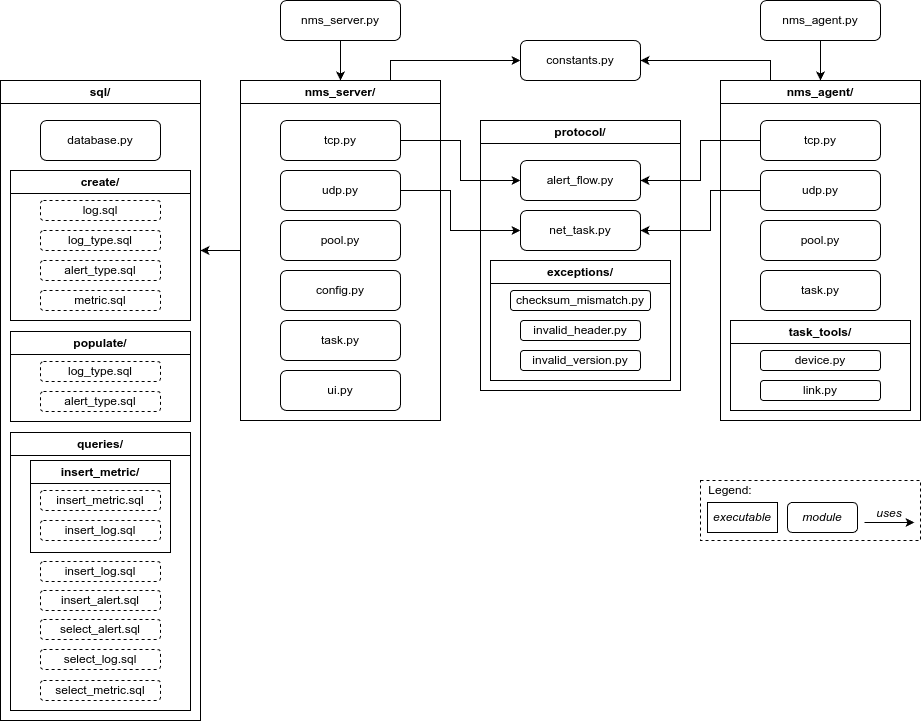
This is report/img/architecture.png from migueltc13/project-CC, a draw.io export, as it was before one commit. Source tidied: cells renumbered, new cells last; positions are measured from the earlier drawing's top-left corner, leaving out a move shared by most shapes.
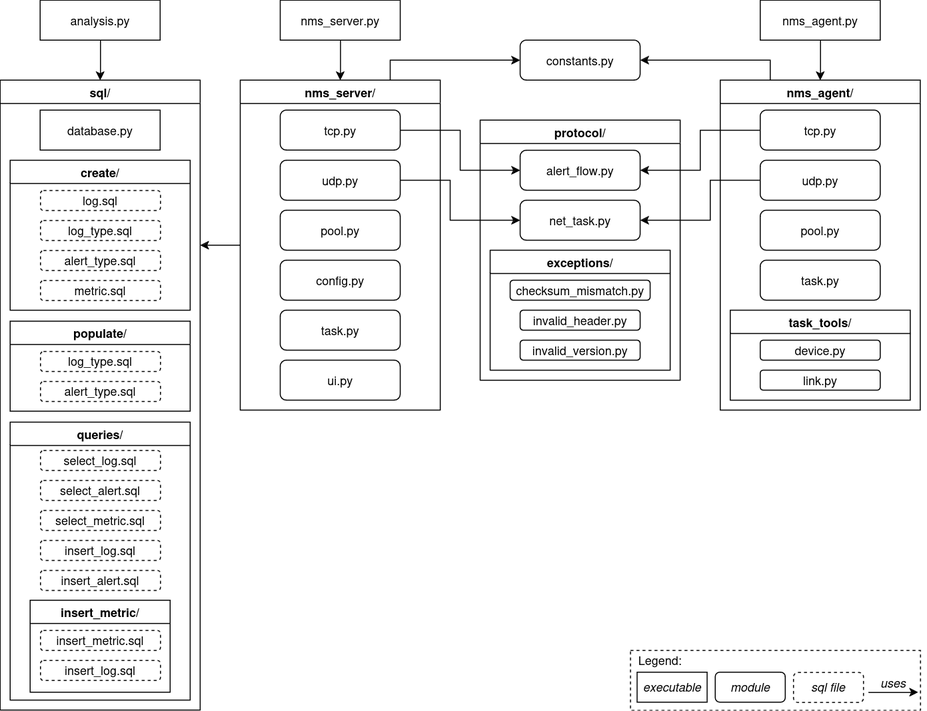
Later version of the same file.

Commit message:
Update architecture diagram

Diff of the diagram source:
```diff
@@ -5,26 +5,26 @@
     <mxCell id="2" style="edgeStyle=orthogonalEdgeStyle;rounded=0;jettySize=auto;html=1;entryX=0.5;entryY=0;entryDx=0;entryDy=0;" parent="1" edge="1" source="3" target="13">
       <mxGeometry relative="1" as="geometry" />
     </mxCell>
-    <mxCell id="3" value="&lt;div&gt;nms_server.py&lt;/div&gt;" style="rounded=1;whiteSpace=wrap;html=1;" parent="1" vertex="1">
+    <mxCell id="3" value="&lt;div&gt;nms_server.py&lt;/div&gt;" style="rounded=0;whiteSpace=wrap;html=1;" parent="1" vertex="1">
       <mxGeometry x="280" width="120" height="40" as="geometry" />
     </mxCell>
     <mxCell id="4" value="&lt;div&gt;nms_agent/&lt;/div&gt;" style="swimlane;whiteSpace=wrap;html=1;" parent="1" vertex="1">
-      <mxGeometry x="720" y="80" width="200" height="340" as="geometry" />
+      <mxGeometry x="720" y="80" width="200" height="330" as="geometry" />
     </mxCell>
     <mxCell id="5" value="&lt;div&gt;tcp.py&lt;/div&gt;" style="rounded=1;whiteSpace=wrap;html=1;" parent="4" vertex="1">
-      <mxGeometry x="40" y="40" width="120" height="40" as="geometry" />
+      <mxGeometry x="40" y="30" width="120" height="40" as="geometry" />
     </mxCell>
     <mxCell id="6" value="&lt;div&gt;udp.py&lt;/div&gt;" style="rounded=1;whiteSpace=wrap;html=1;" parent="4" vertex="1">
-      <mxGeometry x="40" y="90" width="120" height="40" as="geometry" />
+      <mxGeometry x="40" y="80" width="120" height="40" as="geometry" />
     </mxCell>
     <mxCell id="7" value="&lt;div&gt;pool.py&lt;/div&gt;" style="rounded=1;whiteSpace=wrap;html=1;" parent="4" vertex="1">
-      <mxGeometry x="40" y="140" width="120" height="40" as="geometry" />
+      <mxGeometry x="40" y="130" width="120" height="40" as="geometry" />
     </mxCell>
     <mxCell id="8" value="&lt;div&gt;task.py&lt;/div&gt;" style="rounded=1;whiteSpace=wrap;html=1;" parent="4" vertex="1">
-      <mxGeometry x="40" y="190" width="120" height="40" as="geometry" />
+      <mxGeometry x="40" y="180" width="120" height="40" as="geometry" />
     </mxCell>
     <mxCell id="9" value="&lt;div&gt;task_tools/&lt;/div&gt;" style="swimlane;whiteSpace=wrap;html=1;startSize=23;" parent="4" vertex="1">
-      <mxGeometry x="10" y="240" width="180" height="90" as="geometry" />
+      <mxGeometry x="10" y="230" width="180" height="90" as="geometry" />
     </mxCell>
     <mxCell id="10" value="link.py" style="rounded=1;whiteSpace=wrap;html=1;" parent="9" vertex="1">
       <mxGeometry x="30" y="60" width="120" height="20" as="geometry" />
@@ -32,31 +32,31 @@
     <mxCell id="11" value="device.py" style="rounded=1;whiteSpace=wrap;html=1;" parent="9" vertex="1">
       <mxGeometry x="30" y="30" width="120" height="20" as="geometry" />
     </mxCell>
-    <mxCell id="12" style="edgeStyle=orthogonalEdgeStyle;rounded=0;jettySize=auto;html=1;exitX=0;exitY=0.5;exitDx=0;exitDy=0;" parent="1" edge="1" source="13">
-      <mxGeometry relative="1" as="geometry">
-        <mxPoint x="200" y="250" as="targetPoint" />
-      </mxGeometry>
-    </mxCell>
+    <mxCell id="61" style="edgeStyle=orthogonalEdgeStyle;rounded=0;jettySize=auto;html=1;exitX=0;exitY=0.5;exitDx=0;exitDy=0;" parent="1" edge="1" source="13">
+      <mxGeometry relative="1" as="geometry">
+        <mxPoint x="200" y="245" as="targetPoint" />
+      </mxGeometry>
+    </mxCell>
     <mxCell id="13" value="&lt;div&gt;nms_server/&lt;/div&gt;" style="swimlane;whiteSpace=wrap;html=1;" parent="1" vertex="1">
-      <mxGeometry x="240" y="80" width="200" height="340" as="geometry" />
+      <mxGeometry x="240" y="80" width="200" height="330" as="geometry" />
     </mxCell>
     <mxCell id="14" value="&lt;div&gt;config.py&lt;/div&gt;" style="rounded=1;whiteSpace=wrap;html=1;" parent="13" vertex="1">
-      <mxGeometry x="40" y="190" width="120" height="40" as="geometry" />
+      <mxGeometry x="40" y="180" width="120" height="40" as="geometry" />
     </mxCell>
     <mxCell id="15" value="&lt;div&gt;udp.py&lt;/div&gt;" style="rounded=1;whiteSpace=wrap;html=1;" parent="13" vertex="1">
-      <mxGeometry x="40" y="90" width="120" height="40" as="geometry" />
+      <mxGeometry x="40" y="80" width="120" height="40" as="geometry" />
     </mxCell>
     <mxCell id="16" value="&lt;div&gt;tcp.py&lt;/div&gt;" style="rounded=1;whiteSpace=wrap;html=1;" parent="13" vertex="1">
-      <mxGeometry x="40" y="40" width="120" height="40" as="geometry" />
+      <mxGeometry x="40" y="30" width="120" height="40" as="geometry" />
     </mxCell>
     <mxCell id="17" value="&lt;div&gt;pool.py&lt;/div&gt;" style="rounded=1;whiteSpace=wrap;html=1;" parent="13" vertex="1">
-      <mxGeometry x="40" y="140" width="120" height="40" as="geometry" />
+      <mxGeometry x="40" y="130" width="120" height="40" as="geometry" />
     </mxCell>
     <mxCell id="18" value="&lt;div&gt;task.py&lt;/div&gt;" style="rounded=1;whiteSpace=wrap;html=1;" parent="13" vertex="1">
-      <mxGeometry x="40" y="240" width="120" height="40" as="geometry" />
+      <mxGeometry x="40" y="230" width="120" height="40" as="geometry" />
     </mxCell>
     <mxCell id="19" value="&lt;div&gt;ui.py&lt;/div&gt;" style="rounded=1;whiteSpace=wrap;html=1;" parent="13" vertex="1">
-      <mxGeometry x="40" y="290" width="120" height="40" as="geometry" />
+      <mxGeometry x="40" y="280" width="120" height="40" as="geometry" />
     </mxCell>
     <mxCell id="20" style="edgeStyle=orthogonalEdgeStyle;rounded=0;jettySize=auto;html=1;exitX=0.75;exitY=0;exitDx=0;exitDy=0;" parent="1" edge="1" source="13" target="22">
       <mxGeometry relative="1" as="geometry" />
@@ -70,14 +70,14 @@
     <mxCell id="23" style="edgeStyle=orthogonalEdgeStyle;rounded=0;jettySize=auto;html=1;entryX=0.5;entryY=0;entryDx=0;entryDy=0;" parent="1" edge="1" source="24" target="4">
       <mxGeometry relative="1" as="geometry" />
     </mxCell>
-    <mxCell id="24" value="nms_agent.py" style="rounded=1;whiteSpace=wrap;html=1;" parent="1" vertex="1">
+    <mxCell id="24" value="nms_agent.py" style="rounded=0;whiteSpace=wrap;html=1;" parent="1" vertex="1">
       <mxGeometry x="760" width="120" height="40" as="geometry" />
     </mxCell>
     <mxCell id="25" value="&lt;div&gt;protocol/&lt;/div&gt;" style="swimlane;whiteSpace=wrap;html=1;" parent="1" vertex="1">
-      <mxGeometry x="480" y="120" width="200" height="270" as="geometry" />
+      <mxGeometry x="480" y="120" width="200" height="260" as="geometry" />
     </mxCell>
     <mxCell id="26" value="&lt;div&gt;exceptions/&lt;/div&gt;" style="swimlane;whiteSpace=wrap;html=1;" parent="25" vertex="1">
-      <mxGeometry x="10" y="140" width="180" height="120" as="geometry" />
+      <mxGeometry x="10" y="130" width="180" height="120" as="geometry" />
     </mxCell>
     <mxCell id="27" value="checksum_mismatch.py" style="rounded=1;whiteSpace=wrap;html=1;" parent="26" vertex="1">
       <mxGeometry x="20" y="30" width="140" height="20" as="geometry" />
@@ -89,19 +89,19 @@
       <mxGeometry x="30" y="90" width="120" height="20" as="geometry" />
     </mxCell>
     <mxCell id="30" value="alert_flow.py" style="rounded=1;whiteSpace=wrap;html=1;" parent="25" vertex="1">
-      <mxGeometry x="40" y="40" width="120" height="40" as="geometry" />
+      <mxGeometry x="40" y="30" width="120" height="40" as="geometry" />
     </mxCell>
     <mxCell id="31" value="net_task.py" style="rounded=1;whiteSpace=wrap;html=1;" parent="25" vertex="1">
-      <mxGeometry x="40" y="90" width="120" height="40" as="geometry" />
+      <mxGeometry x="40" y="80" width="120" height="40" as="geometry" />
     </mxCell>
     <mxCell id="32" value="&lt;div&gt;sql/&lt;/div&gt;" style="swimlane;whiteSpace=wrap;html=1;startSize=23;" parent="1" vertex="1">
-      <mxGeometry y="80" width="200" height="640" as="geometry" />
+      <mxGeometry y="80" width="200" height="630" as="geometry" />
     </mxCell>
-    <mxCell id="33" value="database.py" style="rounded=1;whiteSpace=wrap;html=1;" parent="32" vertex="1">
-      <mxGeometry x="40" y="40" width="120" height="40" as="geometry" />
+    <mxCell id="33" value="database.py" style="rounded=0;whiteSpace=wrap;html=1;" parent="32" vertex="1">
+      <mxGeometry x="40" y="30" width="120" height="40" as="geometry" />
     </mxCell>
     <mxCell id="34" value="&lt;div&gt;create/&lt;/div&gt;" style="swimlane;whiteSpace=wrap;html=1;" parent="32" vertex="1">
-      <mxGeometry x="10" y="90" width="180" height="150" as="geometry" />
+      <mxGeometry x="10" y="80" width="180" height="150" as="geometry" />
     </mxCell>
     <mxCell id="35" value="log.sql" style="rounded=1;whiteSpace=wrap;html=1;dashed=1;" parent="34" vertex="1">
       <mxGeometry x="30" y="30" width="120" height="20" as="geometry" />
@@ -116,7 +116,7 @@
       <mxGeometry x="30" y="120" width="120" height="20" as="geometry" />
     </mxCell>
     <mxCell id="39" value="&lt;div&gt;populate/&lt;/div&gt;" style="swimlane;whiteSpace=wrap;html=1;startSize=23;" parent="32" vertex="1">
-      <mxGeometry x="10" y="251" width="180" height="90" as="geometry" />
+      <mxGeometry x="10" y="241" width="180" height="90" as="geometry" />
     </mxCell>
     <mxCell id="40" value="log_type.sql" style="rounded=1;whiteSpace=wrap;html=1;dashed=1;" parent="39" vertex="1">
       <mxGeometry x="30" y="30" width="120" height="20" as="geometry" />
@@ -125,22 +125,25 @@
       <mxGeometry x="30" y="60" width="120" height="20" as="geometry" />
     </mxCell>
     <mxCell id="42" value="&lt;div&gt;queries/&lt;/div&gt;" style="swimlane;whiteSpace=wrap;html=1;startSize=23;" parent="32" vertex="1">
-      <mxGeometry x="10" y="352" width="180" height="278" as="geometry" />
+      <mxGeometry x="10" y="342" width="180" height="278" as="geometry" />
     </mxCell>
     <mxCell id="43" value="insert_alert.sql" style="rounded=1;whiteSpace=wrap;html=1;dashed=1;" parent="42" vertex="1">
-      <mxGeometry x="30" y="158" width="120" height="20" as="geometry" />
+      <mxGeometry x="30" y="148" width="120" height="20" as="geometry" />
     </mxCell>
     <mxCell id="44" value="select_alert.sql" style="rounded=1;whiteSpace=wrap;html=1;dashed=1;" parent="42" vertex="1">
-      <mxGeometry x="30" y="187" width="120" height="20" as="geometry" />
+      <mxGeometry x="30" y="58" width="120" height="20" as="geometry" />
     </mxCell>
     <mxCell id="45" value="select_log.sql" style="rounded=1;whiteSpace=wrap;html=1;dashed=1;" parent="42" vertex="1">
-      <mxGeometry x="30" y="217" width="120" height="20" as="geometry" />
+      <mxGeometry x="30" y="28" width="120" height="20" as="geometry" />
     </mxCell>
     <mxCell id="46" value="select_metric.sql" style="rounded=1;whiteSpace=wrap;html=1;dashed=1;" parent="42" vertex="1">
-      <mxGeometry x="30" y="248" width="120" height="20" as="geometry" />
+      <mxGeometry x="30" y="88" width="120" height="20" as="geometry" />
     </mxCell>
+    <mxCell id="50" value="insert_log.sql" style="rounded=1;whiteSpace=wrap;html=1;dashed=1;" parent="42" vertex="1">
+      <mxGeometry x="30" y="118" width="120" height="20" as="geometry" />
+    </mxCell>
     <mxCell id="47" value="&lt;div&gt;insert_metric/&lt;/div&gt;" style="swimlane;whiteSpace=wrap;html=1;startSize=23;" parent="42" vertex="1">
-      <mxGeometry x="20" y="28" width="140" height="92" as="geometry" />
+      <mxGeometry x="20" y="178" width="140" height="92" as="geometry" />
     </mxCell>
     <mxCell id="48" value="insert_metric.sql" style="rounded=1;whiteSpace=wrap;html=1;dashed=1;" parent="47" vertex="1">
       <mxGeometry x="10" y="30" width="120" height="20" as="geometry" />
@@ -148,25 +151,22 @@
     <mxCell id="49" value="insert_log.sql" style="rounded=1;whiteSpace=wrap;html=1;dashed=1;" parent="47" vertex="1">
       <mxGeometry x="10" y="60" width="120" height="20" as="geometry" />
     </mxCell>
-    <mxCell id="50" value="insert_log.sql" style="rounded=1;whiteSpace=wrap;html=1;dashed=1;" parent="42" vertex="1">
-      <mxGeometry x="30" y="129" width="120" height="20" as="geometry" />
-    </mxCell>
     <mxCell id="51" style="edgeStyle=orthogonalEdgeStyle;rounded=0;jettySize=auto;html=1;exitX=1;exitY=0.5;exitDx=0;exitDy=0;" parent="1" edge="1" source="16" target="30">
       <mxGeometry relative="1" as="geometry" />
     </mxCell>
     <mxCell id="52" style="edgeStyle=orthogonalEdgeStyle;rounded=0;jettySize=auto;html=1;exitX=1;exitY=0.5;exitDx=0;exitDy=0;" parent="1" edge="1" source="15" target="31">
       <mxGeometry relative="1" as="geometry">
         <Array as="points">
-          <mxPoint x="450" y="190" />
-          <mxPoint x="450" y="230" />
+          <mxPoint x="450" y="180" />
+          <mxPoint x="450" y="220" />
         </Array>
       </mxGeometry>
     </mxCell>
     <mxCell id="53" style="edgeStyle=orthogonalEdgeStyle;rounded=0;jettySize=auto;html=1;exitX=0;exitY=0.5;exitDx=0;exitDy=0;" parent="1" edge="1" source="6" target="31">
       <mxGeometry relative="1" as="geometry">
         <Array as="points">
-          <mxPoint x="710" y="190" />
-          <mxPoint x="710" y="230" />
+          <mxPoint x="710" y="180" />
+          <mxPoint x="710" y="220" />
         </Array>
       </mxGeometry>
     </mxCell>
@@ -174,25 +174,34 @@
       <mxGeometry relative="1" as="geometry" />
     </mxCell>
     <mxCell id="55" style="rounded=0;whiteSpace=wrap;html=1;dashed=1;" parent="1" vertex="1">
-      <mxGeometry x="700" y="480" width="220" height="60" as="geometry" />
+      <mxGeometry x="630" y="650" width="290" height="60" as="geometry" />
     </mxCell>
     <mxCell id="56" value="Legend:" style="text;html=1;align=center;verticalAlign=middle;whiteSpace=wrap;rounded=0;" parent="1" vertex="1">
-      <mxGeometry x="700" y="480" width="60" height="20" as="geometry" />
+      <mxGeometry x="630" y="650" width="60" height="20" as="geometry" />
     </mxCell>
     <mxCell id="57" value="&lt;i&gt;executable&lt;/i&gt;" style="rounded=0;whiteSpace=wrap;html=1;" parent="1" vertex="1">
-      <mxGeometry x="707" y="502" width="70" height="30" as="geometry" />
+      <mxGeometry x="637" y="672" width="70" height="30" as="geometry" />
     </mxCell>
     <mxCell id="58" value="&lt;i&gt;module&lt;/i&gt;" style="rounded=1;whiteSpace=wrap;html=1;" parent="1" vertex="1">
-      <mxGeometry x="787" y="502" width="70" height="30" as="geometry" />
+      <mxGeometry x="715" y="672" width="70" height="30" as="geometry" />
     </mxCell>
     <mxCell id="59" style="endArrow=classic;html=1;rounded=0;" parent="1" edge="1">
       <mxGeometry relative="1" as="geometry">
-        <mxPoint x="864" y="522" as="sourcePoint" />
-        <mxPoint x="914" y="522" as="targetPoint" />
+        <mxPoint x="868" y="692" as="sourcePoint" />
+        <mxPoint x="918" y="692" as="targetPoint" />
       </mxGeometry>
     </mxCell>
     <mxCell id="60" value="&lt;i&gt;uses&lt;/i&gt;" style="text;html=1;align=center;verticalAlign=middle;whiteSpace=wrap;rounded=0;" parent="1" vertex="1">
-      <mxGeometry x="859" y="508" width="60" height="10" as="geometry" />
+      <mxGeometry x="863" y="678" width="60" height="10" as="geometry" />
     </mxCell>
+    <mxCell id="62" style="edgeStyle=orthogonalEdgeStyle;rounded=0;jettySize=auto;html=1;entryX=0.5;entryY=0;entryDx=0;entryDy=0;" parent="1" edge="1" source="63" target="32">
+      <mxGeometry relative="1" as="geometry" />
+    </mxCell>
+    <mxCell id="63" value="&lt;div&gt;analysis.py&lt;/div&gt;" style="rounded=0;whiteSpace=wrap;html=1;" parent="1" vertex="1">
+      <mxGeometry x="40" width="120" height="40" as="geometry" />
+    </mxCell>
+    <mxCell id="64" value="&lt;i&gt;sql file&lt;br&gt;&lt;/i&gt;" style="rounded=1;whiteSpace=wrap;html=1;dashed=1;" parent="1" vertex="1">
+      <mxGeometry x="793" y="672" width="70" height="30" as="geometry" />
+    </mxCell>
   </root>
 </mxGraphModel>
```
